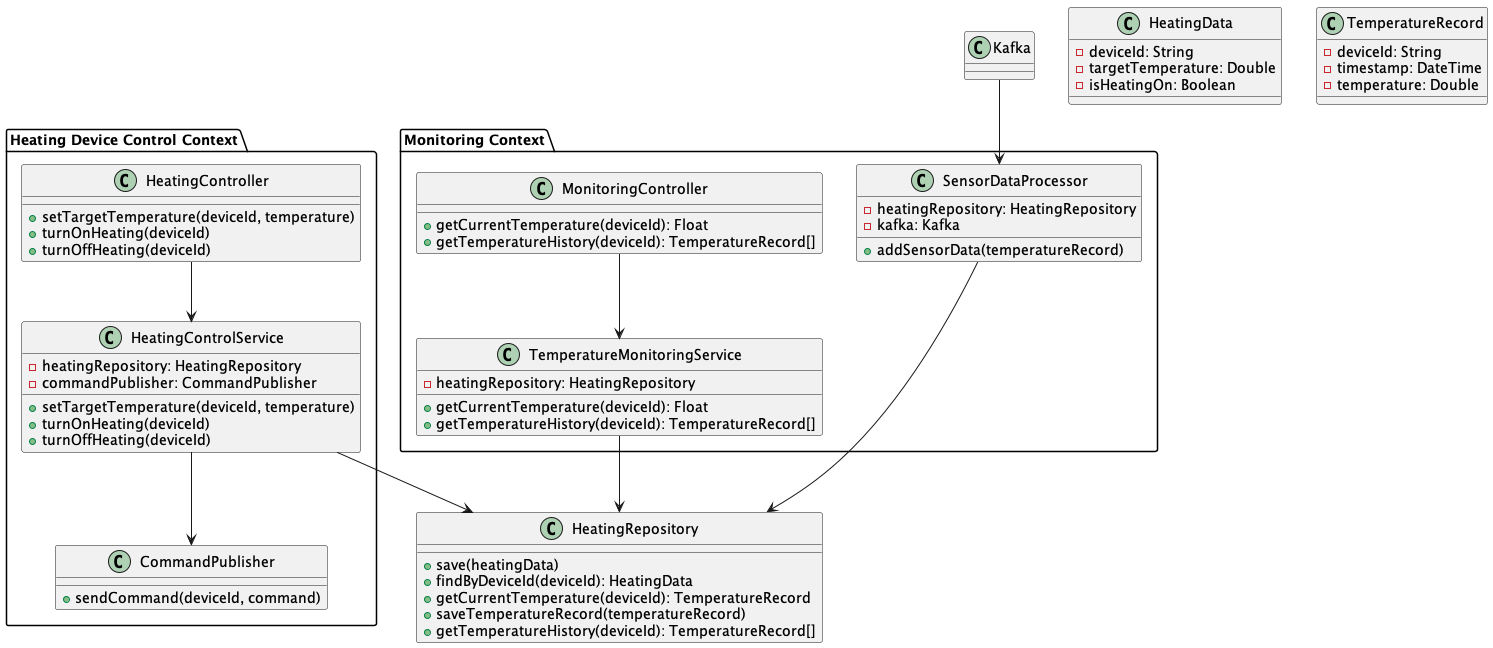
This is docs/diagrams/out/task_2/heating_service_code.png from Veles-Pan/practicum-architecture-sprint-3, a PlantUML export, as it was before one commit. Its diagram source:
```plantuml
@startuml heating_service_code
package "Heating Device Control Context" {
    class HeatingController {
        + setTargetTemperature(deviceId, temperature)
        + turnOnHeating(deviceId)
        + turnOffHeating(deviceId)
    }

    class HeatingControlService {
        - heatingRepository: HeatingRepository
        - commandPublisher: CommandPublisher
        + setTargetTemperature(deviceId, temperature)
        + turnOnHeating(deviceId)
        + turnOffHeating(deviceId)
    }

    class CommandPublisher {
        + sendCommand(deviceId, command)
    }
}

package "Monitoring Context" {
    class MonitoringController {
        + getCurrentTemperature(deviceId): Float
        + getTemperatureHistory(deviceId): TemperatureRecord[]
    }

    class TemperatureMonitoringService {
        - heatingRepository: HeatingRepository
        + getCurrentTemperature(deviceId): Float
        + getTemperatureHistory(deviceId): TemperatureRecord[]
    }

    class SensorDataProcessor {
        - heatingRepository: HeatingRepository
        - kafka: Kafka
        + addSensorData(temperatureRecord)
    }

}

class HeatingRepository {
    + save(heatingData)
    + findByDeviceId(deviceId): HeatingData
    + getCurrentTemperature(deviceId): TemperatureRecord
    + saveTemperatureRecord(temperatureRecord)
    + getTemperatureHistory(deviceId): TemperatureRecord[]
}

class HeatingData {
    - deviceId: String
    - targetTemperature: Double
    - isHeatingOn: Boolean
}

class TemperatureRecord {
    - deviceId: String
    - timestamp: DateTime
    - temperature: Double
}

HeatingController --> HeatingControlService
HeatingControlService --> HeatingRepository
HeatingControlService --> CommandPublisher

MonitoringController --> TemperatureMonitoringService
TemperatureMonitoringService --> HeatingRepository
SensorDataProcessor --> HeatingRepository
Kafka --> SensorDataProcessor

@enduml
```
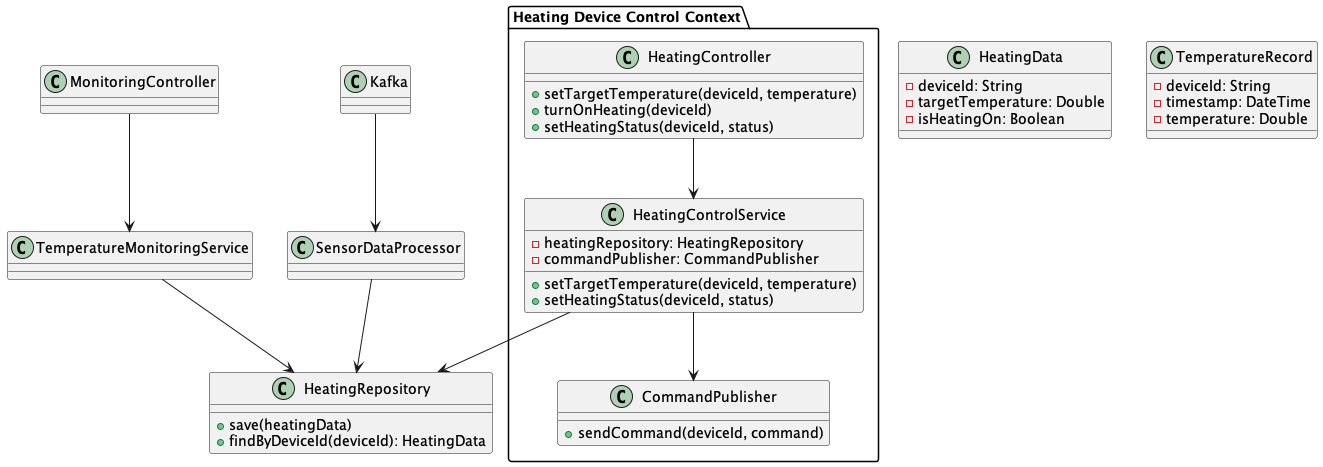
Above is the later version.

What changed in the source:
```diff
@@ -3,15 +3,14 @@
     class HeatingController {
         + setTargetTemperature(deviceId, temperature)
         + turnOnHeating(deviceId)
-        + turnOffHeating(deviceId)
+        + setHeatingStatus(deviceId, status)
     }
 
     class HeatingControlService {
         - heatingRepository: HeatingRepository
         - commandPublisher: CommandPublisher
         + setTargetTemperature(deviceId, temperature)
-        + turnOnHeating(deviceId)
-        + turnOffHeating(deviceId)
+        + setHeatingStatus(deviceId, status)
     }
 
     class CommandPublisher {
@@ -19,32 +18,9 @@
     }
 }
 
-package "Monitoring Context" {
-    class MonitoringController {
-        + getCurrentTemperature(deviceId): Float
-        + getTemperatureHistory(deviceId): TemperatureRecord[]
-    }
-
-    class TemperatureMonitoringService {
-        - heatingRepository: HeatingRepository
-        + getCurrentTemperature(deviceId): Float
-        + getTemperatureHistory(deviceId): TemperatureRecord[]
-    }
-
-    class SensorDataProcessor {
-        - heatingRepository: HeatingRepository
-        - kafka: Kafka
-        + addSensorData(temperatureRecord)
-    }
-
-}
-
 class HeatingRepository {
     + save(heatingData)
     + findByDeviceId(deviceId): HeatingData
-    + getCurrentTemperature(deviceId): TemperatureRecord
-    + saveTemperatureRecord(temperatureRecord)
-    + getTemperatureHistory(deviceId): TemperatureRecord[]
 }
 
 class HeatingData {
```
